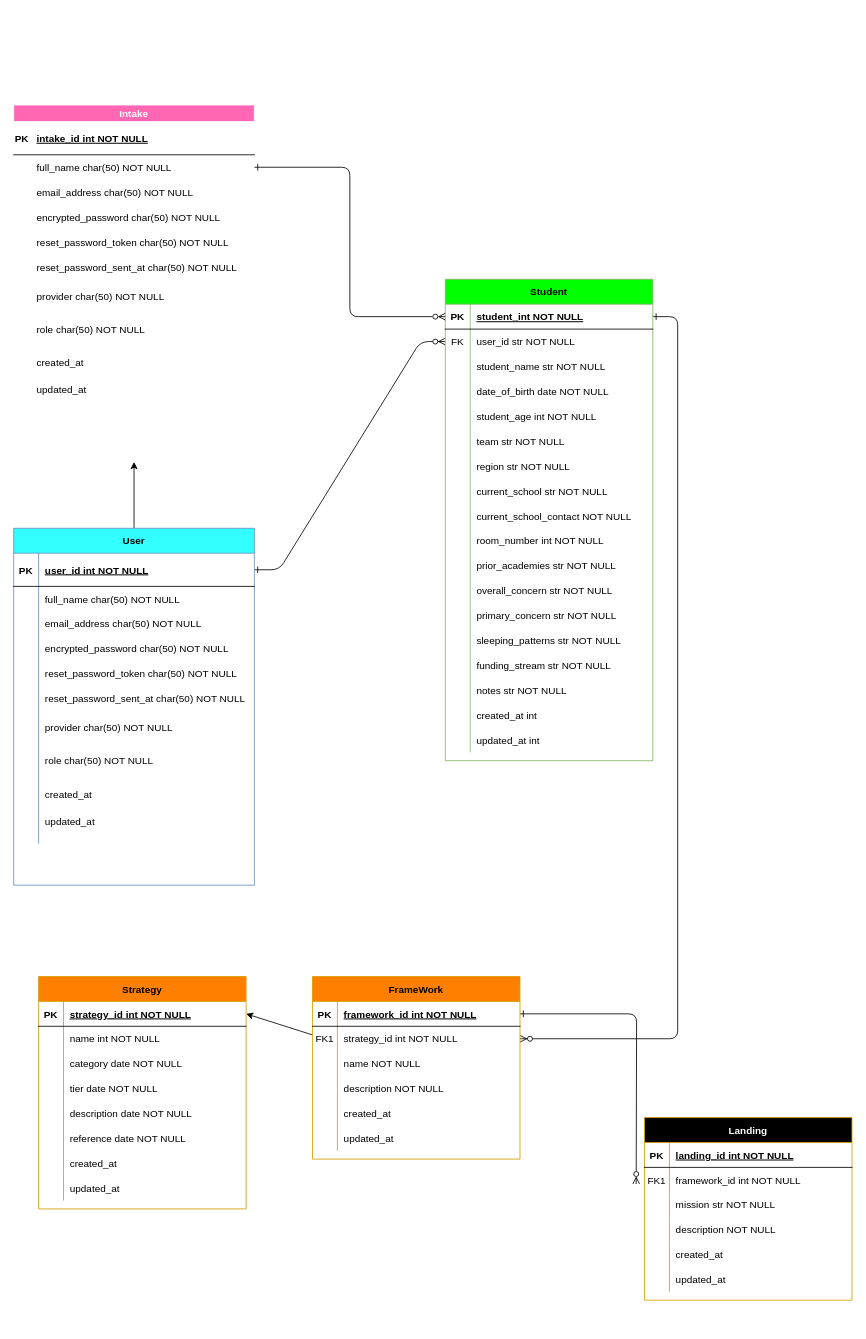
This is abena-er-diagram.drawio from Shariffintech/abena, a draw.io file, before an edit. Source tidied: cells renumbered, new cells numbered last; positions are measured from the earlier drawing's top-left corner, leaving out a move shared by most shapes. Both pictures are drawn from the tidied source at 83%, with x=0, y=0 at pixel (13, 105).
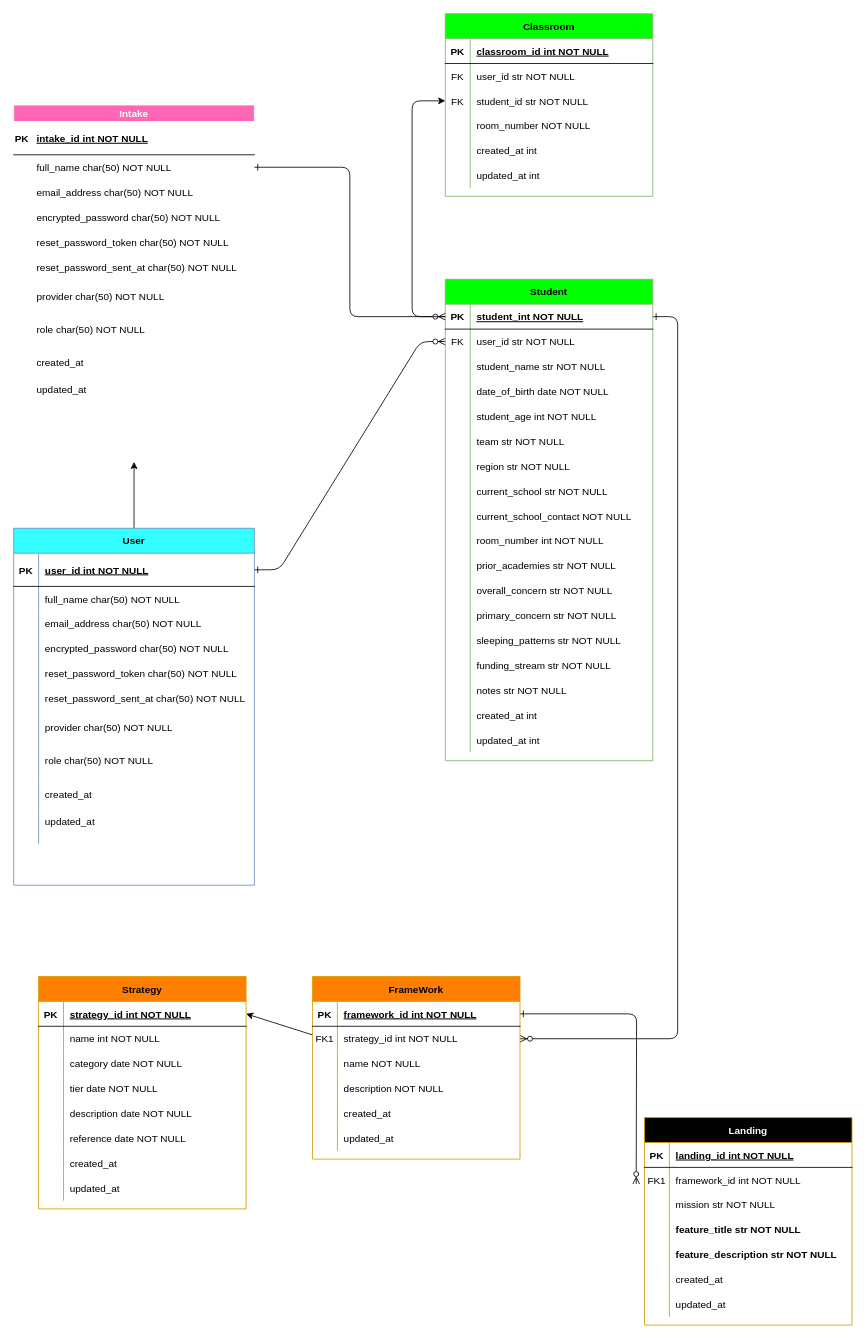
The same page after the edit.

Unchanged cells that the change refers to:
```xml
<mxCell id="5" style="shape=partialRectangle;fillColor=none;points=[[0,0.5],[1,0.5]];portConstraint=eastwest;top=0;left=0;right=0;bottom=1;" parent="4" vertex="1">
  <mxGeometry y="30" width="250" height="30" as="geometry" />
</mxCell>
<mxCell id="179" style="shape=partialRectangle;fillColor=none;top=0;left=0;right=0;bottom=0;" parent="169" vertex="1">
  <mxGeometry y="120" width="250" height="30" as="geometry" />
</mxCell>
```

Diff of the diagram source:
```diff
@@
     <mxCell id="169" value="Landing" style="shape=table;startSize=30;childLayout=tableLayout;rowLines=0;fontStyle=1;align=center;fillColor=#000000;strokeColor=#d79b00;fontColor=#FFFFFF;" parent="1" vertex="1">
-      <mxGeometry x="760" y="1220" width="250" height="220" as="geometry" />
+      <mxGeometry x="760" y="1220" width="250" height="250" as="geometry" />
     </mxCell>
@@
-    <mxCell id="181" value="description NOT NULL" style="shape=partialRectangle;overflow=hidden;fillColor=none;top=0;left=0;bottom=0;right=0;align=left;spacingLeft=6;" parent="179" vertex="1">
+    <mxCell id="181" value="feature_title str NOT NULL" style="shape=partialRectangle;overflow=hidden;fillColor=none;top=0;left=0;bottom=0;right=0;align=left;spacingLeft=6;fontStyle=1;" parent="179" vertex="1">
       <mxGeometry x="30" width="220" height="30" as="geometry" />
     </mxCell>
+    <mxCell id="188" style="shape=partialRectangle;fillColor=none;top=0;left=0;right=0;bottom=0;" parent="169" vertex="1">
+      <mxGeometry y="150" width="250" height="30" as="geometry" />
+    </mxCell>
+    <mxCell id="189" style="shape=partialRectangle;overflow=hidden;fillColor=none;top=0;left=0;bottom=0;right=0;" parent="188" vertex="1">
+      <mxGeometry width="30" height="30" as="geometry" />
+    </mxCell>
+    <mxCell id="190" value="feature_description str NOT NULL" style="shape=partialRectangle;overflow=hidden;fillColor=none;top=0;left=0;bottom=0;right=0;align=left;spacingLeft=6;fontStyle=1;" parent="188" vertex="1">
+      <mxGeometry x="30" width="220" height="30" as="geometry" />
+    </mxCell>
     <mxCell id="182" style="shape=partialRectangle;fillColor=none;top=0;left=0;right=0;bottom=0;" parent="169" vertex="1">
-      <mxGeometry y="150" width="250" height="30" as="geometry" />
+      <mxGeometry y="180" width="250" height="30" as="geometry" />
     </mxCell>
@@
     <mxCell id="185" style="shape=partialRectangle;fillColor=none;top=0;left=0;right=0;bottom=0;" parent="169" vertex="1">
-      <mxGeometry y="180" width="250" height="30" as="geometry" />
+      <mxGeometry y="210" width="250" height="30" as="geometry" />
     </mxCell>
@@
+    <mxCell id="191" value="Classroom" style="shape=table;startSize=30;childLayout=tableLayout;rowLines=0;fontStyle=1;align=center;fillColor=#00FF00;strokeColor=#82b366;fontColor=#000000;" parent="1" vertex="1">
+      <mxGeometry x="520" y="-110" width="250" height="220" as="geometry" />
+    </mxCell>
+    <mxCell id="192" style="shape=partialRectangle;fillColor=none;top=0;left=0;right=0;bottom=1;" parent="191" vertex="1">
+      <mxGeometry y="30" width="250" height="30" as="geometry" />
+    </mxCell>
+    <mxCell id="193" value="PK" style="shape=partialRectangle;overflow=hidden;fillColor=none;top=0;left=0;bottom=0;right=0;fontStyle=1;" parent="192" vertex="1">
+      <mxGeometry width="30" height="30" as="geometry" />
+    </mxCell>
+    <mxCell id="194" value="classroom_id int NOT NULL " style="shape=partialRectangle;overflow=hidden;fillColor=none;top=0;left=0;bottom=0;right=0;align=left;spacingLeft=6;fontStyle=5;" parent="192" vertex="1">
+      <mxGeometry x="30" width="220" height="30" as="geometry" />
+    </mxCell>
+    <mxCell id="195" style="shape=partialRectangle;fillColor=none;top=0;left=0;right=0;bottom=0;" parent="191" vertex="1">
+      <mxGeometry y="60" width="250" height="30" as="geometry" />
+    </mxCell>
+    <mxCell id="196" value="FK" style="shape=partialRectangle;overflow=hidden;fillColor=none;top=0;left=0;bottom=0;right=0;" parent="195" vertex="1">
+      <mxGeometry width="30" height="30" as="geometry" />
+    </mxCell>
+    <mxCell id="197" value="user_id str NOT NULL" style="shape=partialRectangle;overflow=hidden;fillColor=none;top=0;left=0;bottom=0;right=0;align=left;spacingLeft=6;" parent="195" vertex="1">
+      <mxGeometry x="30" width="220" height="30" as="geometry" />
+    </mxCell>
+    <mxCell id="198" style="shape=partialRectangle;fillColor=none;points=[[0,0.5],[1,0.5]];portConstraint=eastwest;top=0;left=0;right=0;bottom=0;" parent="191" vertex="1">
+      <mxGeometry y="90" width="250" height="30" as="geometry" />
+    </mxCell>
+    <mxCell id="199" value="FK" style="shape=partialRectangle;overflow=hidden;fillColor=none;top=0;left=0;bottom=0;right=0;" parent="198" vertex="1">
+      <mxGeometry width="30" height="30" as="geometry" />
+    </mxCell>
+    <mxCell id="200" value="student_id str NOT NULL" style="shape=partialRectangle;overflow=hidden;fillColor=none;top=0;left=0;bottom=0;right=0;align=left;spacingLeft=6;" parent="198" vertex="1">
+      <mxGeometry x="30" width="220" height="30" as="geometry" />
+    </mxCell>
+    <mxCell id="201" style="shape=partialRectangle;fillColor=none;top=0;left=0;right=0;bottom=0;" parent="191" vertex="1">
+      <mxGeometry y="120" width="250" height="30" as="geometry" />
+    </mxCell>
+    <mxCell id="202" style="shape=partialRectangle;overflow=hidden;fillColor=none;top=0;left=0;bottom=0;right=0;" parent="201" vertex="1">
+      <mxGeometry width="30" height="30" as="geometry" />
+    </mxCell>
+    <mxCell id="203" value="room_number NOT NULL" style="shape=partialRectangle;overflow=hidden;fillColor=none;top=0;left=0;bottom=0;right=0;align=left;spacingLeft=6;" parent="201" vertex="1">
+      <mxGeometry x="30" width="220" height="30" as="geometry" />
+    </mxCell>
+    <mxCell id="204" style="shape=partialRectangle;fillColor=none;top=0;left=0;right=0;bottom=0;" parent="191" vertex="1">
+      <mxGeometry y="150" width="250" height="30" as="geometry" />
+    </mxCell>
+    <mxCell id="205" style="shape=partialRectangle;overflow=hidden;fillColor=none;top=0;left=0;bottom=0;right=0;" parent="204" vertex="1">
+      <mxGeometry width="30" height="30" as="geometry" />
+    </mxCell>
+    <mxCell id="206" value="created_at int" style="shape=partialRectangle;overflow=hidden;fillColor=none;top=0;left=0;bottom=0;right=0;align=left;spacingLeft=6;" parent="204" vertex="1">
+      <mxGeometry x="30" width="220" height="30" as="geometry" />
+    </mxCell>
+    <mxCell id="207" style="shape=partialRectangle;fillColor=none;top=0;left=0;right=0;bottom=0;" parent="191" vertex="1">
+      <mxGeometry y="180" width="250" height="30" as="geometry" />
+    </mxCell>
+    <mxCell id="208" style="shape=partialRectangle;overflow=hidden;fillColor=none;top=0;left=0;bottom=0;right=0;" parent="207" vertex="1">
+      <mxGeometry width="30" height="30" as="geometry" />
+    </mxCell>
+    <mxCell id="209" value="updated_at int" style="shape=partialRectangle;overflow=hidden;fillColor=none;top=0;left=0;bottom=0;right=0;align=left;spacingLeft=6;" parent="207" vertex="1">
+      <mxGeometry x="30" width="220" height="30" as="geometry" />
+    </mxCell>
+    <mxCell id="210" style="edgeStyle=orthogonalEdgeStyle;html=1;exitX=0;exitY=0.5;exitDx=0;exitDy=0;entryX=0;entryY=0.5;entryDx=0;entryDy=0;" parent="1" edge="1" source="5" target="198">
+      <mxGeometry relative="1" as="geometry">
+        <Array as="points">
+          <mxPoint x="480" y="255" />
+          <mxPoint x="480" y="-5" />
+        </Array>
+      </mxGeometry>
+    </mxCell>
```
